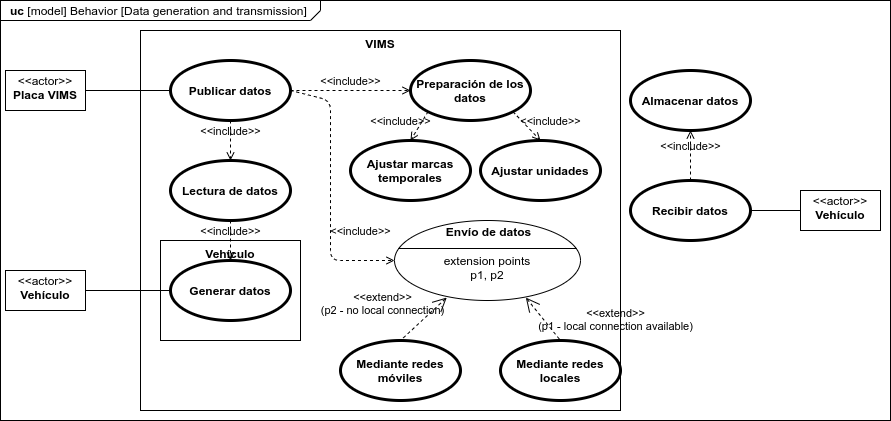
Before: diagrams/UseCases-UC2 - data.png, a diagram exported from draw.io (Javinator9889/VIMS-SRS). Source tidied: cells renumbered, new cells last; positions are measured from the earlier drawing's top-left corner, leaving out a move shared by most shapes. The source it was exported from:
```xml
<mxGraphModel>
  <root>
    <mxCell id="0" />
    <mxCell id="1" parent="0" />
    <mxCell id="2" value="&lt;p style=&quot;margin: 0px ; margin-top: 4px ; margin-left: 10px ; text-align: left&quot;&gt;&lt;b&gt;uc &lt;/b&gt;[model] Behavior [Data generation and transmission]&lt;/p&gt;" style="html=1;shape=mxgraph.sysml.package;xSize=90;align=left;spacingLeft=10;overflow=fill;strokeWidth=1;labelX=320;" parent="1" vertex="1">
      <mxGeometry width="890" height="420" as="geometry" />
    </mxCell>
    <mxCell id="3" value="VIMS" style="shape=rect;html=1;verticalAlign=top;fontStyle=1;whiteSpace=wrap;align=center;" parent="1" vertex="1">
      <mxGeometry x="140" y="30" width="480" height="380" as="geometry" />
    </mxCell>
    <mxCell id="4" value="Vehículo" style="shape=rect;html=1;verticalAlign=top;fontStyle=1;whiteSpace=wrap;align=center;rounded=0;" parent="1" vertex="1">
      <mxGeometry x="160" y="240" width="140" height="100" as="geometry" />
    </mxCell>
    <mxCell id="5" value="Publicar datos" style="shape=ellipse;html=1;strokeWidth=3;fontStyle=1;whiteSpace=wrap;align=center;perimeter=ellipsePerimeter;" parent="1" vertex="1">
      <mxGeometry x="170" y="60" width="120" height="60" as="geometry" />
    </mxCell>
    <mxCell id="6" value="Lectura de datos" style="shape=ellipse;html=1;strokeWidth=3;fontStyle=1;whiteSpace=wrap;align=center;perimeter=ellipsePerimeter;" parent="1" vertex="1">
      <mxGeometry x="170" y="160" width="120" height="60" as="geometry" />
    </mxCell>
    <mxCell id="7" value="Generar datos" style="shape=ellipse;html=1;strokeWidth=3;fontStyle=1;whiteSpace=wrap;align=center;perimeter=ellipsePerimeter;" parent="1" vertex="1">
      <mxGeometry x="170" y="260" width="120" height="60" as="geometry" />
    </mxCell>
    <mxCell id="8" value="&amp;lt;&amp;lt;include&amp;gt;&amp;gt;" style="edgeStyle=none;html=1;endArrow=open;verticalAlign=bottom;dashed=1;labelBackgroundColor=none;exitX=0.5;exitY=1;exitDx=0;exitDy=0;entryX=0.5;entryY=0;entryDx=0;entryDy=0;" parent="1" edge="1" source="5" target="6">
      <mxGeometry relative="1" as="geometry" />
    </mxCell>
    <mxCell id="9" value="&amp;lt;&amp;lt;include&amp;gt;&amp;gt;" style="edgeStyle=none;html=1;endArrow=open;verticalAlign=bottom;dashed=1;labelBackgroundColor=none;exitX=0.5;exitY=1;exitDx=0;exitDy=0;" parent="1" edge="1" source="6" target="7">
      <mxGeometry relative="1" as="geometry" />
    </mxCell>
    <mxCell id="10" style="edgeStyle=none;html=1;endArrow=none;verticalAlign=bottom;entryX=0;entryY=0.5;entryDx=0;entryDy=0;exitX=1;exitY=0.5;exitDx=0;exitDy=0;" parent="1" edge="1" source="30" target="7">
      <mxGeometry relative="1" as="geometry" />
    </mxCell>
    <mxCell id="11" style="edgeStyle=none;html=1;endArrow=none;verticalAlign=bottom;entryX=0;entryY=0.5;entryDx=0;entryDy=0;exitX=1;exitY=0.5;exitDx=0;exitDy=0;" parent="1" edge="1" source="29" target="5">
      <mxGeometry relative="1" as="geometry" />
    </mxCell>
    <mxCell id="12" value="Preparación de los datos" style="shape=ellipse;html=1;strokeWidth=3;fontStyle=1;whiteSpace=wrap;align=center;perimeter=ellipsePerimeter;" parent="1" vertex="1">
      <mxGeometry x="410" y="60" width="120" height="60" as="geometry" />
    </mxCell>
    <mxCell id="13" value="&amp;lt;&amp;lt;include&amp;gt;&amp;gt;" style="edgeStyle=none;html=1;endArrow=open;verticalAlign=bottom;dashed=1;labelBackgroundColor=none;exitX=1;exitY=0.5;exitDx=0;exitDy=0;" parent="1" edge="1" source="5" target="12">
      <mxGeometry relative="1" as="geometry" />
    </mxCell>
    <mxCell id="14" value="Ajustar marcas temporales" style="shape=ellipse;html=1;strokeWidth=3;fontStyle=1;whiteSpace=wrap;align=center;perimeter=ellipsePerimeter;" parent="1" vertex="1">
      <mxGeometry x="350" y="140" width="120" height="60" as="geometry" />
    </mxCell>
    <mxCell id="15" value="Ajustar unidades" style="shape=ellipse;html=1;strokeWidth=3;fontStyle=1;whiteSpace=wrap;align=center;perimeter=ellipsePerimeter;" parent="1" vertex="1">
      <mxGeometry x="480" y="140" width="120" height="60" as="geometry" />
    </mxCell>
    <mxCell id="16" value="&#10;extension points&#10;p1, p2" style="html=1;shape=mxgraph.sysml.useCaseExtPt;whiteSpace=wrap;align=center;" parent="1" vertex="1">
      <mxGeometry x="394" y="220" width="186" height="80" as="geometry" />
    </mxCell>
    <mxCell id="17" value="Envío de datos" style="html=1;verticalAlign=middle;align=center;labelBackgroundColor=none;fontStyle=1;" parent="16" vertex="1">
      <mxGeometry x="93" y="11" as="geometry" />
    </mxCell>
    <mxCell id="18" value="Mediante redes móviles" style="shape=ellipse;html=1;strokeWidth=3;fontStyle=1;whiteSpace=wrap;align=center;perimeter=ellipsePerimeter;" parent="1" vertex="1">
      <mxGeometry x="340" y="340" width="120" height="60" as="geometry" />
    </mxCell>
    <mxCell id="19" value="Mediante redes locales" style="shape=ellipse;html=1;strokeWidth=3;fontStyle=1;whiteSpace=wrap;align=center;perimeter=ellipsePerimeter;" parent="1" vertex="1">
      <mxGeometry x="500" y="340" width="120" height="60" as="geometry" />
    </mxCell>
    <mxCell id="20" value="&amp;lt;&amp;lt;extend&amp;gt;&amp;gt;&lt;br&gt;(p2 - no local connection)" style="edgeStyle=none;html=1;startArrow=open;endArrow=none;startSize=12;verticalAlign=bottom;dashed=1;labelBackgroundColor=none;entryX=0.5;entryY=0;entryDx=0;entryDy=0;exitX=0.281;exitY=0.963;exitDx=0;exitDy=0;exitPerimeter=0;" parent="1" edge="1" source="16" target="18">
      <mxGeometry x="0.95" y="-28" relative="1" as="geometry" />
    </mxCell>
    <mxCell id="21" value="&amp;lt;&amp;lt;extend&amp;gt;&amp;gt;&lt;br&gt;(p1 - local connection available)" style="edgeStyle=none;html=1;startArrow=open;endArrow=none;startSize=12;verticalAlign=bottom;dashed=1;labelBackgroundColor=none;entryX=0.5;entryY=0;entryDx=0;entryDy=0;exitX=0.706;exitY=0.963;exitDx=0;exitDy=0;exitPerimeter=0;" parent="1" edge="1" source="16" target="19">
      <mxGeometry x="1" y="51" relative="1" as="geometry">
        <mxPoint x="15" y="27" as="offset" />
      </mxGeometry>
    </mxCell>
    <mxCell id="22" value="Recibir datos" style="shape=ellipse;html=1;strokeWidth=3;fontStyle=1;whiteSpace=wrap;align=center;perimeter=ellipsePerimeter;" parent="1" vertex="1">
      <mxGeometry x="630" y="180" width="120" height="60" as="geometry" />
    </mxCell>
    <mxCell id="23" style="edgeStyle=none;html=1;endArrow=none;verticalAlign=bottom;exitX=1;exitY=0.5;exitDx=0;exitDy=0;entryX=0;entryY=0.5;entryDx=0;entryDy=0;" parent="1" edge="1" source="22" target="31">
      <mxGeometry relative="1" as="geometry" />
    </mxCell>
    <mxCell id="24" value="&amp;lt;&amp;lt;include&amp;gt;&amp;gt;" style="edgeStyle=none;html=1;endArrow=open;verticalAlign=bottom;dashed=1;labelBackgroundColor=none;exitX=1;exitY=0.5;exitDx=0;exitDy=0;entryX=0;entryY=0.5;entryDx=0;entryDy=0;entryPerimeter=0;" parent="1" edge="1" source="5" target="16">
      <mxGeometry x="0.74" y="20" relative="1" as="geometry">
        <Array as="points">
          <mxPoint x="330" y="100" />
          <mxPoint x="330" y="260" />
        </Array>
      </mxGeometry>
    </mxCell>
    <mxCell id="25" value="&amp;lt;&amp;lt;include&amp;gt;&amp;gt;" style="edgeStyle=none;html=1;endArrow=open;verticalAlign=bottom;dashed=1;labelBackgroundColor=none;exitX=0;exitY=1;exitDx=0;exitDy=0;entryX=0.5;entryY=0;entryDx=0;entryDy=0;" parent="1" edge="1" source="12" target="14">
      <mxGeometry x="0.8" y="-14" relative="1" as="geometry" />
    </mxCell>
    <mxCell id="26" value="&amp;lt;&amp;lt;include&amp;gt;&amp;gt;" style="edgeStyle=none;html=1;endArrow=open;verticalAlign=bottom;dashed=1;labelBackgroundColor=none;exitX=1;exitY=1;exitDx=0;exitDy=0;entryX=0.5;entryY=0;entryDx=0;entryDy=0;" parent="1" edge="1" source="12" target="15">
      <mxGeometry x="0.98" y="14" relative="1" as="geometry" />
    </mxCell>
    <mxCell id="27" value="Almacenar datos" style="shape=ellipse;html=1;strokeWidth=3;fontStyle=1;whiteSpace=wrap;align=center;perimeter=ellipsePerimeter;" parent="1" vertex="1">
      <mxGeometry x="630" y="70" width="120" height="60" as="geometry" />
    </mxCell>
    <mxCell id="28" value="&amp;lt;&amp;lt;include&amp;gt;&amp;gt;" style="edgeStyle=none;html=1;endArrow=open;verticalAlign=bottom;dashed=1;labelBackgroundColor=none;entryX=0.5;entryY=1;entryDx=0;entryDy=0;exitX=0.5;exitY=0;exitDx=0;exitDy=0;" parent="1" edge="1" source="22" target="27">
      <mxGeometry relative="1" as="geometry" />
    </mxCell>
    <mxCell id="29" value="&lt;p style=&quot;margin: 0px ; margin-top: 4px ; text-align: center&quot;&gt;&amp;lt;&amp;lt;actor&amp;gt;&amp;gt;&lt;br&gt;&lt;b&gt;Placa VIMS&lt;/b&gt;&lt;/p&gt;" style="shape=rect;html=1;overflow=fill;html=1;whiteSpace=wrap;align=center;" parent="1" vertex="1">
      <mxGeometry x="5" y="70" width="80" height="40" as="geometry" />
    </mxCell>
    <mxCell id="30" value="&lt;p style=&quot;margin: 0px ; margin-top: 4px ; text-align: center&quot;&gt;&amp;lt;&amp;lt;actor&amp;gt;&amp;gt;&lt;br&gt;&lt;b&gt;Vehículo&lt;/b&gt;&lt;/p&gt;" style="shape=rect;html=1;overflow=fill;html=1;whiteSpace=wrap;align=center;" parent="1" vertex="1">
      <mxGeometry x="5" y="270" width="80" height="40" as="geometry" />
    </mxCell>
    <mxCell id="31" value="&lt;p style=&quot;margin: 0px ; margin-top: 4px ; text-align: center&quot;&gt;&amp;lt;&amp;lt;actor&amp;gt;&amp;gt;&lt;br&gt;&lt;b&gt;Vehículo&lt;/b&gt;&lt;/p&gt;" style="shape=rect;html=1;overflow=fill;html=1;whiteSpace=wrap;align=center;rounded=0;" parent="1" vertex="1">
      <mxGeometry x="800" y="190" width="80" height="40" as="geometry" />
    </mxCell>
  </root>
</mxGraphModel>
```
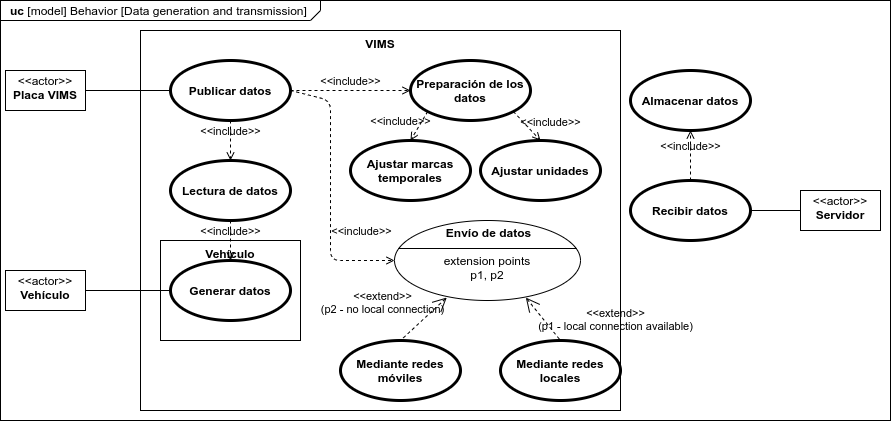
Above is the later version.

The edit, as a diff of the source:
```diff
@@ -96,7 +96,7 @@
     <mxCell id="30" value="&lt;p style=&quot;margin: 0px ; margin-top: 4px ; text-align: center&quot;&gt;&amp;lt;&amp;lt;actor&amp;gt;&amp;gt;&lt;br&gt;&lt;b&gt;Vehículo&lt;/b&gt;&lt;/p&gt;" style="shape=rect;html=1;overflow=fill;html=1;whiteSpace=wrap;align=center;" parent="1" vertex="1">
       <mxGeometry x="5" y="270" width="80" height="40" as="geometry" />
     </mxCell>
-    <mxCell id="31" value="&lt;p style=&quot;margin: 0px ; margin-top: 4px ; text-align: center&quot;&gt;&amp;lt;&amp;lt;actor&amp;gt;&amp;gt;&lt;br&gt;&lt;b&gt;Vehículo&lt;/b&gt;&lt;/p&gt;" style="shape=rect;html=1;overflow=fill;html=1;whiteSpace=wrap;align=center;rounded=0;" parent="1" vertex="1">
+    <mxCell id="31" value="&lt;p style=&quot;margin: 0px ; margin-top: 4px ; text-align: center&quot;&gt;&amp;lt;&amp;lt;actor&amp;gt;&amp;gt;&lt;br&gt;&lt;b&gt;Servidor&lt;/b&gt;&lt;/p&gt;" style="shape=rect;html=1;overflow=fill;html=1;whiteSpace=wrap;align=center;rounded=0;" parent="1" vertex="1">
       <mxGeometry x="800" y="190" width="80" height="40" as="geometry" />
     </mxCell>
   </root>
```
